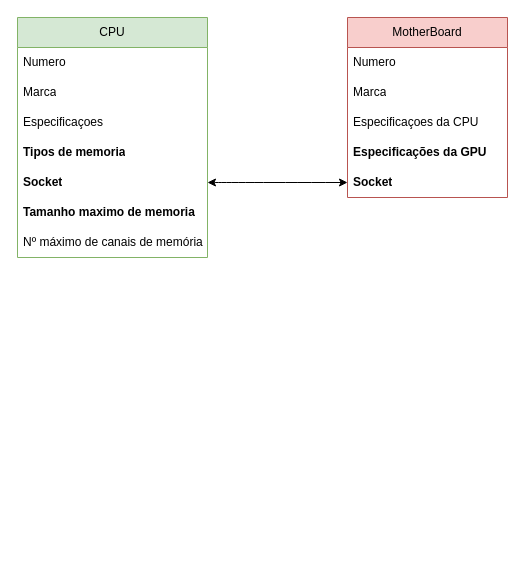
Above: BD.drawio in gv01d/BD (draw.io), before the change. Source tidied: cells renumbered, new cells numbered last; positions are measured from the earlier drawing's top-left corner, leaving out a move shared by most shapes. Both pictures are drawn from the tidied source at 100%, with x=0, y=0 at pixel (17, 17).
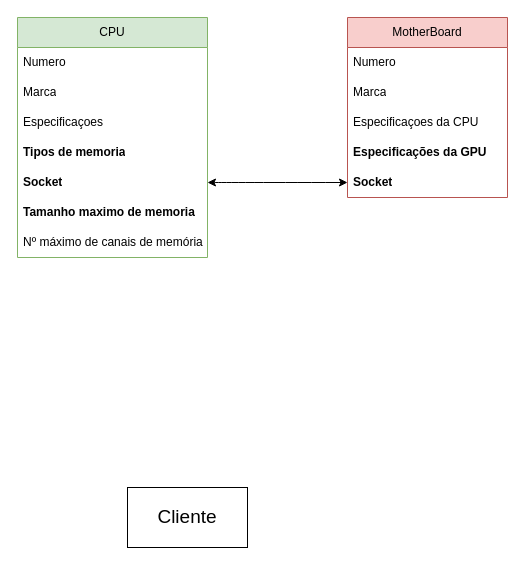
After the change.

Change to the diagram source:
```diff
@@
 <mxGraphModel>
   <root>
     <mxCell id="0" />
     <mxCell id="1" parent="0" />
     <mxCell id="2" value="CPU" style="swimlane;fontStyle=0;horizontal=1;startSize=30;whiteSpace=wrap;html=1;fillColor=#d5e8d4;strokeColor=#82b366;" parent="1" vertex="1">
       <mxGeometry width="190" height="240" as="geometry" />
     </mxCell>
     <mxCell id="3" value="Numero" style="text;strokeColor=none;fillColor=none;align=left;verticalAlign=middle;spacingLeft=4;spacingRight=4;overflow=hidden;whiteSpace=wrap;html=1;" parent="2" vertex="1">
       <mxGeometry y="30" width="190" height="30" as="geometry" />
     </mxCell>
     <mxCell id="4" value="Marca" style="text;strokeColor=none;fillColor=none;align=left;verticalAlign=middle;spacingLeft=4;spacingRight=4;overflow=hidden;whiteSpace=wrap;html=1;" parent="2" vertex="1">
       <mxGeometry y="60" width="190" height="30" as="geometry" />
     </mxCell>
     <mxCell id="5" value="Especificaçoes" style="text;strokeColor=none;fillColor=none;align=left;verticalAlign=middle;spacingLeft=4;spacingRight=4;overflow=hidden;whiteSpace=wrap;html=1;" parent="2" vertex="1">
       <mxGeometry y="90" width="190" height="30" as="geometry" />
     </mxCell>
     <mxCell id="6" value="&lt;strong&gt;Tipos de memoria&lt;br&gt;&lt;/strong&gt;" style="text;strokeColor=none;fillColor=none;align=left;verticalAlign=middle;spacingLeft=4;spacingRight=4;overflow=hidden;whiteSpace=wrap;html=1;" parent="2" vertex="1">
       <mxGeometry y="120" width="190" height="30" as="geometry" />
     </mxCell>
     <mxCell id="7" value="&lt;strong&gt;Socket&lt;/strong&gt;" style="text;strokeColor=none;fillColor=none;align=left;verticalAlign=middle;spacingLeft=4;spacingRight=4;overflow=hidden;points=[[0,0.5],[1,0.5]];portConstraint=eastwest;whiteSpace=wrap;html=1;" parent="2" vertex="1">
       <mxGeometry y="150" width="190" height="30" as="geometry" />
     </mxCell>
     <mxCell id="8" value="&lt;strong&gt;Tamanho maximo de memoria&lt;br&gt;&lt;/strong&gt;" style="text;strokeColor=none;fillColor=none;align=left;verticalAlign=middle;spacingLeft=4;spacingRight=4;overflow=hidden;whiteSpace=wrap;html=1;" parent="2" vertex="1">
       <mxGeometry y="180" width="190" height="30" as="geometry" />
     </mxCell>
     <mxCell id="9" value="Nº máximo de canais de memória" style="text;strokeColor=none;fillColor=none;align=left;verticalAlign=middle;spacingLeft=4;spacingRight=4;overflow=hidden;whiteSpace=wrap;html=1;" parent="2" vertex="1">
       <mxGeometry y="210" width="190" height="30" as="geometry" />
     </mxCell>
     <mxCell id="10" value="MotherBoard" style="swimlane;fontStyle=0;horizontal=1;startSize=30;whiteSpace=wrap;html=1;fillColor=#f8cecc;strokeColor=#b85450;" parent="1" vertex="1">
       <mxGeometry x="330" width="160" height="180" as="geometry" />
     </mxCell>
     <mxCell id="11" value="Numero" style="text;strokeColor=none;fillColor=none;align=left;verticalAlign=middle;spacingLeft=4;spacingRight=4;overflow=hidden;whiteSpace=wrap;html=1;" parent="10" vertex="1">
       <mxGeometry y="30" width="160" height="30" as="geometry" />
     </mxCell>
     <mxCell id="12" value="Marca" style="text;strokeColor=none;fillColor=none;align=left;verticalAlign=middle;spacingLeft=4;spacingRight=4;overflow=hidden;whiteSpace=wrap;html=1;" parent="10" vertex="1">
       <mxGeometry y="60" width="160" height="30" as="geometry" />
     </mxCell>
     <mxCell id="13" value="Especificaçoes da CPU" style="text;strokeColor=none;fillColor=none;align=left;verticalAlign=middle;spacingLeft=4;spacingRight=4;overflow=hidden;whiteSpace=wrap;html=1;" parent="10" vertex="1">
       <mxGeometry y="90" width="160" height="30" as="geometry" />
     </mxCell>
     <mxCell id="14" value="&lt;strong&gt;Especificações da GPU&lt;br&gt;&lt;/strong&gt;" style="text;strokeColor=none;fillColor=none;align=left;verticalAlign=middle;spacingLeft=4;spacingRight=4;overflow=hidden;whiteSpace=wrap;html=1;" parent="10" vertex="1">
       <mxGeometry y="120" width="160" height="30" as="geometry" />
     </mxCell>
     <mxCell id="15" value="&lt;strong&gt;Socket&lt;/strong&gt;" style="text;strokeColor=none;fillColor=none;align=left;verticalAlign=middle;spacingLeft=4;spacingRight=4;overflow=hidden;points=[[0,0.5],[1,0.5]];portConstraint=eastwest;whiteSpace=wrap;html=1;" parent="10" vertex="1">
       <mxGeometry y="150" width="160" height="30" as="geometry" />
     </mxCell>
     <mxCell id="16" style="edgeStyle=orthogonalEdgeStyle;rounded=0;jettySize=auto;html=1;exitX=1;exitY=0.5;exitDx=0;exitDy=0;entryX=0;entryY=0.5;entryDx=0;entryDy=0;curved=1;strokeColor=default;endArrow=classic;endFill=1;startArrow=classic;startFill=1;" parent="1" edge="1" source="7" target="15">
       <mxGeometry relative="1" as="geometry" />
     </mxCell>
+    <mxCell id="17" value="&lt;font style=&quot;font-size: 19px;&quot;&gt;Cliente&lt;/font&gt;" style="rounded=0;whiteSpace=wrap;html=1;" parent="1" vertex="1">
+      <mxGeometry x="110" y="470" width="120" height="60" as="geometry" />
+    </mxCell>
   </root>
 </mxGraphModel>
```
